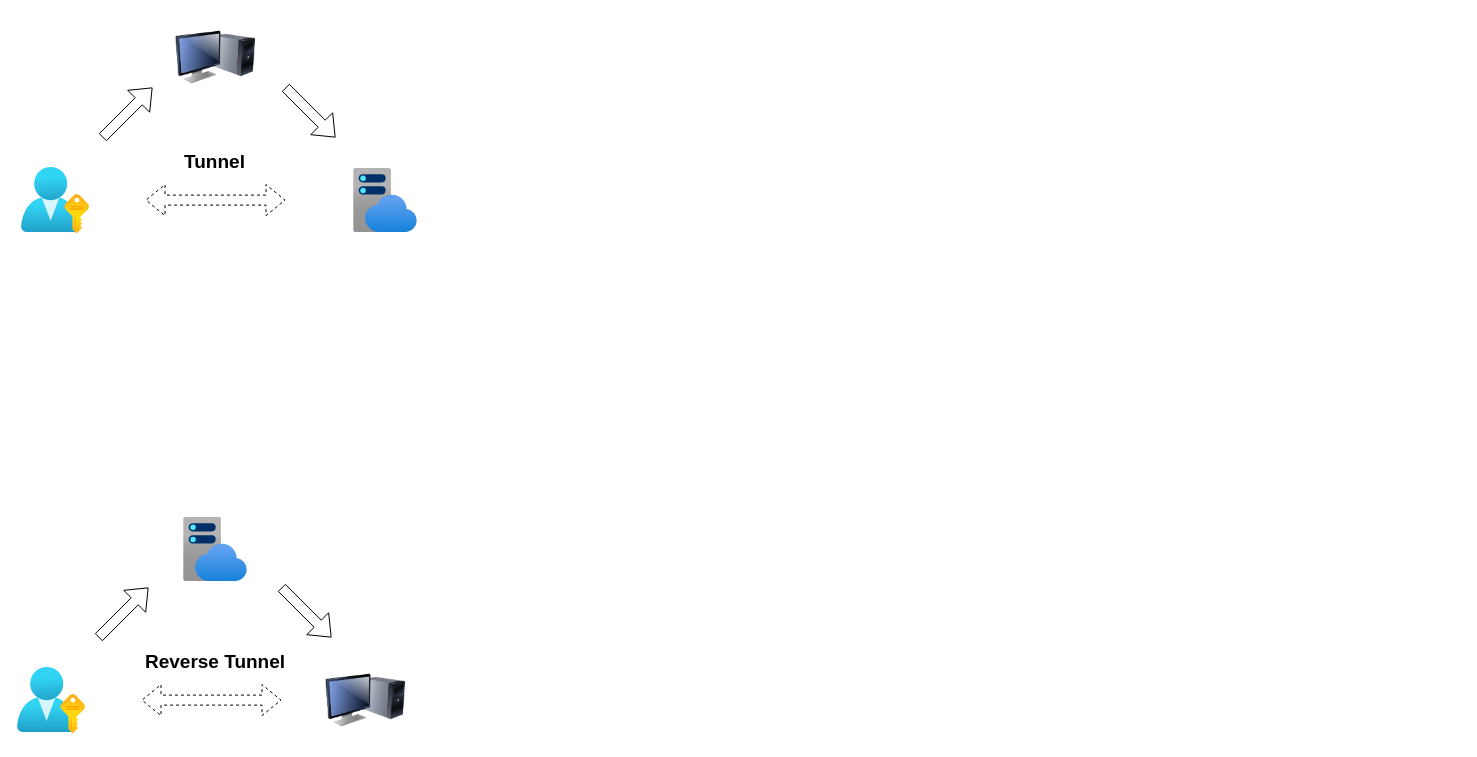
sxydh/sshtunnel keeps this draw.io diagram as doc/architecture.drawio. Above is the earlier version. Source tidied: cells renumbered, new cells numbered last; positions are measured from the earlier drawing's top-left corner, leaving out a move shared by most shapes. Both pictures are drawn from the tidied source at 100%, with x=0, y=0 at pixel (17, 17).
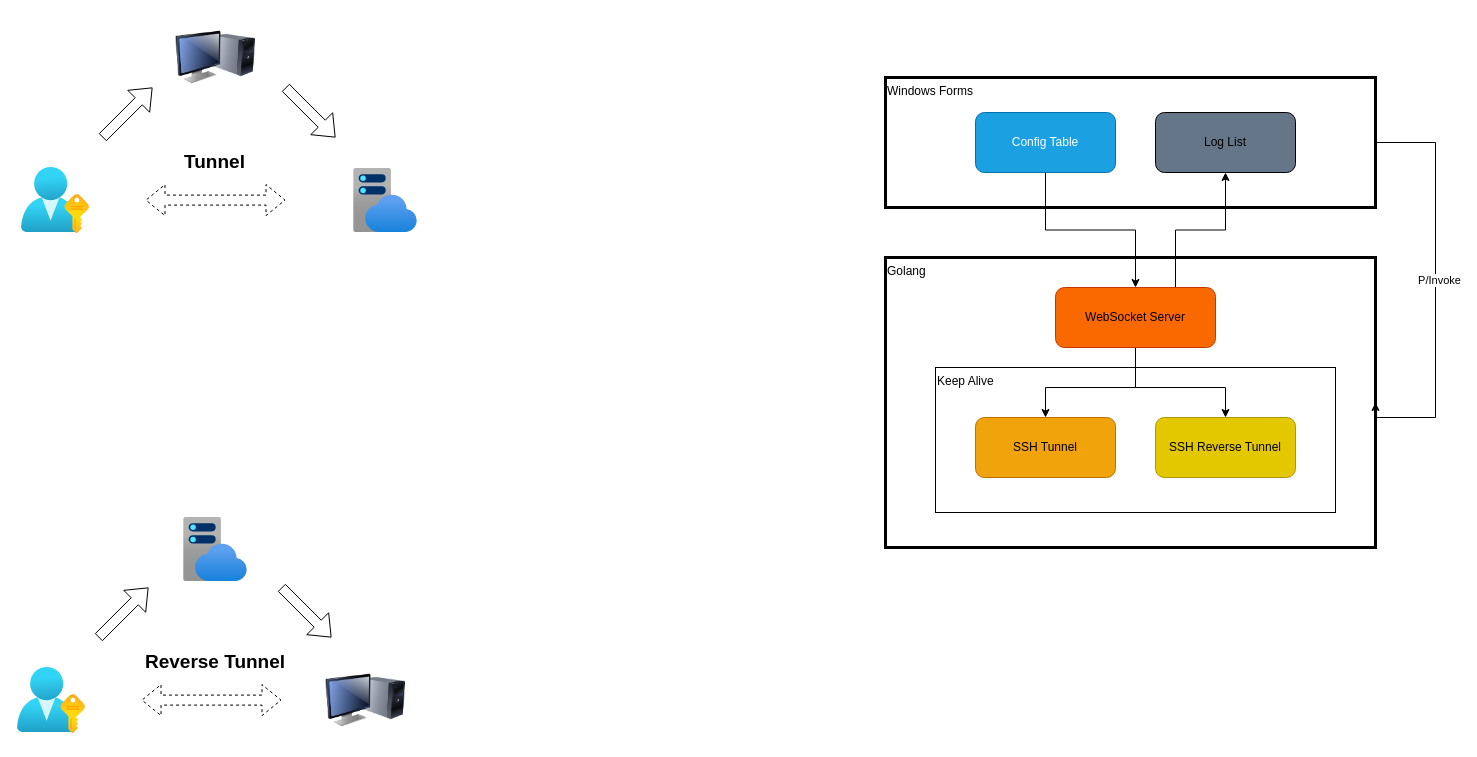
The same page after the edit.

Diff of the diagram source:
```diff
@@
+    <mxCell id="16" value="Golang" style="rounded=0;whiteSpace=wrap;html=1;verticalAlign=top;align=left;strokeWidth=3;" parent="1" vertex="1">
+      <mxGeometry x="868" y="240" width="490" height="290" as="geometry" />
+    </mxCell>
+    <mxCell id="17" value="Keep Alive" style="rounded=0;whiteSpace=wrap;html=1;align=left;verticalAlign=top;" parent="1" vertex="1">
+      <mxGeometry x="918" y="350" width="400" height="145" as="geometry" />
+    </mxCell>
+    <mxCell id="18" style="edgeStyle=orthogonalEdgeStyle;rounded=0;jettySize=auto;html=1;entryX=1;entryY=0.5;entryDx=0;entryDy=0;exitX=1;exitY=0.5;exitDx=0;exitDy=0;" parent="1" edge="1" source="20" target="16">
+      <mxGeometry relative="1" as="geometry">
+        <Array as="points">
+          <mxPoint x="1418" y="125" />
+          <mxPoint x="1418" y="400" />
+        </Array>
+      </mxGeometry>
+    </mxCell>
+    <mxCell id="19" value="P/Invoke" style="edgeLabel;html=1;align=center;verticalAlign=middle;" parent="18" vertex="1">
+      <mxGeometry x="-0.04" y="3" relative="1" as="geometry" />
+    </mxCell>
+    <mxCell id="20" value="Windows Forms" style="rounded=0;whiteSpace=wrap;html=1;strokeWidth=3;verticalAlign=top;align=left;" parent="1" vertex="1">
+      <mxGeometry x="868" y="60" width="490" height="130" as="geometry" />
+    </mxCell>
@@
+    <mxCell id="21" style="edgeStyle=orthogonalEdgeStyle;rounded=0;jettySize=auto;html=1;entryX=0.5;entryY=0;entryDx=0;entryDy=0;" parent="1" edge="1" source="22" target="27">
+      <mxGeometry relative="1" as="geometry" />
+    </mxCell>
+    <mxCell id="22" value="Config Table" style="rounded=1;whiteSpace=wrap;html=1;fillColor=#1ba1e2;fontColor=#ffffff;strokeColor=#006EAF;" parent="1" vertex="1">
+      <mxGeometry x="958" y="95" width="140" height="60" as="geometry" />
+    </mxCell>
+    <mxCell id="23" style="edgeStyle=orthogonalEdgeStyle;rounded=0;jettySize=auto;html=1;exitX=0.75;exitY=0;exitDx=0;exitDy=0;" parent="1" edge="1" source="27" target="24">
+      <mxGeometry relative="1" as="geometry" />
+    </mxCell>
+    <mxCell id="24" value="Log List" style="rounded=1;whiteSpace=wrap;html=1;fillColor=#657688;" parent="1" vertex="1">
+      <mxGeometry x="1138" y="95" width="140" height="60" as="geometry" />
+    </mxCell>
+    <mxCell id="25" style="edgeStyle=orthogonalEdgeStyle;rounded=0;jettySize=auto;html=1;entryX=0.5;entryY=0;entryDx=0;entryDy=0;" parent="1" edge="1" source="27" target="28">
+      <mxGeometry relative="1" as="geometry">
+        <Array as="points">
+          <mxPoint x="1118" y="370" />
+          <mxPoint x="1028" y="370" />
+        </Array>
+      </mxGeometry>
+    </mxCell>
+    <mxCell id="26" style="edgeStyle=orthogonalEdgeStyle;rounded=0;jettySize=auto;html=1;entryX=0.5;entryY=0;entryDx=0;entryDy=0;" parent="1" edge="1" target="29">
+      <mxGeometry relative="1" as="geometry">
+        <mxPoint x="1118" y="300" as="sourcePoint" />
+        <Array as="points">
+          <mxPoint x="1118" y="370" />
+          <mxPoint x="1208" y="370" />
+        </Array>
+      </mxGeometry>
+    </mxCell>
+    <mxCell id="27" value="WebSocket Server" style="rounded=1;whiteSpace=wrap;html=1;fillColor=#fa6800;fontColor=#000000;strokeColor=#C73500;" parent="1" vertex="1">
+      <mxGeometry x="1038" y="270" width="160" height="60" as="geometry" />
+    </mxCell>
+    <mxCell id="28" value="SSH Tunnel" style="rounded=1;whiteSpace=wrap;html=1;fillColor=#f0a30a;fontColor=#000000;strokeColor=#BD7000;" parent="1" vertex="1">
+      <mxGeometry x="958" y="400" width="140" height="60" as="geometry" />
+    </mxCell>
+    <mxCell id="29" value="SSH Reverse Tunnel" style="rounded=1;whiteSpace=wrap;html=1;fillColor=#e3c800;fontColor=#000000;strokeColor=#B09500;" parent="1" vertex="1">
+      <mxGeometry x="1138" y="400" width="140" height="60" as="geometry" />
+    </mxCell>
```
